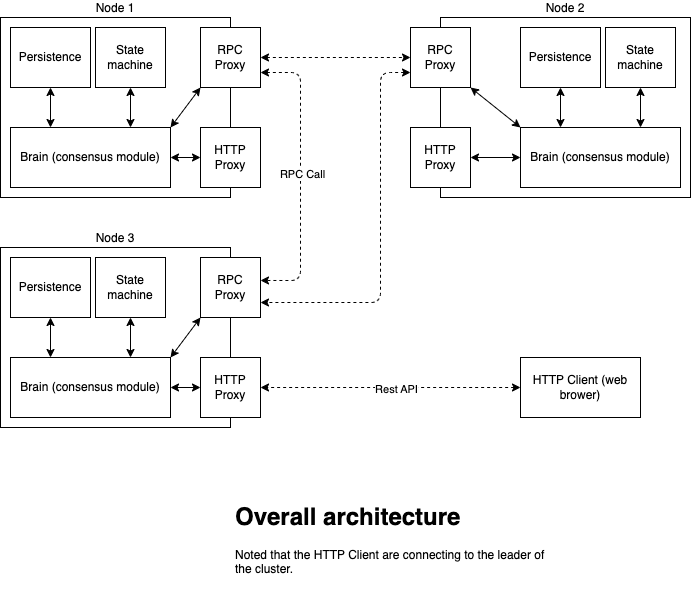
Earlier version of the draw.io export docs/diagram.drawio.png (khanh1998/raft-go). Source tidied: cells renumbered, new cells last; positions are measured from the earlier drawing's top-left corner, leaving out a move shared by most shapes.
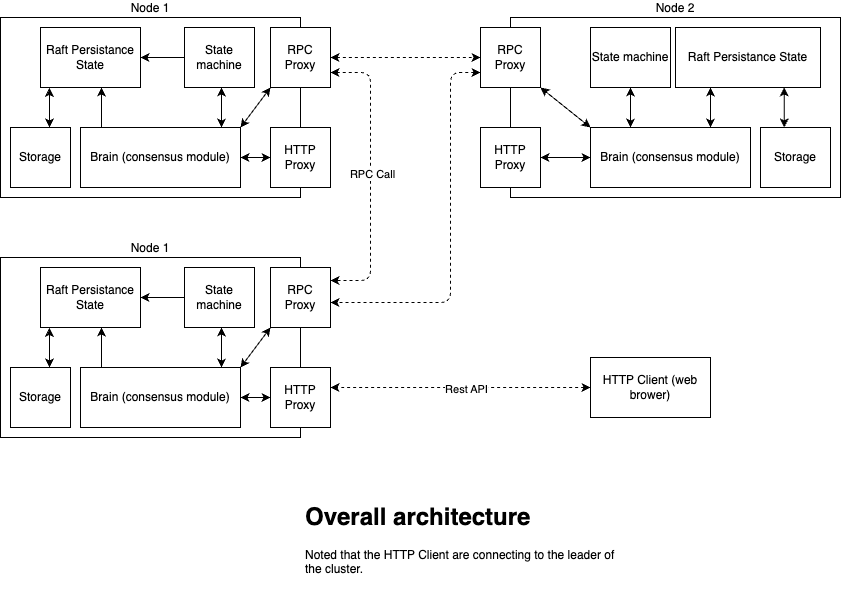
After the commit.

Change to the diagram source:
```diff
@@ -2,8 +2,10 @@
   <root>
     <mxCell id="0" />
     <mxCell id="1" parent="0" />
-    <mxCell id="2" style="edgeStyle=none;html=1;exitX=0;exitY=0.5;exitDx=0;exitDy=0;entryX=1;entryY=0.5;entryDx=0;entryDy=0;dashed=1;strokeWidth=1;startArrow=classic;startFill=1;" parent="1" edge="1" source="4" target="12">
-      <mxGeometry relative="1" as="geometry" />
+    <mxCell id="2" style="edgeStyle=none;html=1;exitX=0;exitY=0.5;exitDx=0;exitDy=0;entryX=1;entryY=0.5;entryDx=0;entryDy=0;dashed=1;strokeWidth=1;startArrow=classic;startFill=1;" parent="1" edge="1" source="4">
+      <mxGeometry relative="1" as="geometry">
+        <mxPoint x="260" y="370" as="targetPoint" />
+      </mxGeometry>
     </mxCell>
     <mxCell id="3" value="Rest API" style="edgeLabel;html=1;align=center;verticalAlign=middle;" parent="2" vertex="1">
       <mxGeometry x="-0.04" y="1" relative="1" as="geometry" />
@@ -11,8 +13,9 @@
     <mxCell id="4" value="HTTP Client (web brower)" style="rounded=0;whiteSpace=wrap;html=1;" parent="1" vertex="1">
       <mxGeometry x="520" y="340" width="120" height="60" as="geometry" />
     </mxCell>
-    <mxCell id="5" style="edgeStyle=none;html=1;exitX=1;exitY=0.75;exitDx=0;exitDy=0;dashed=1;strokeWidth=1;startArrow=classic;startFill=1;entryX=1;entryY=0.383;entryDx=0;entryDy=0;entryPerimeter=0;" parent="1" edge="1" source="21" target="10">
+    <mxCell id="5" style="edgeStyle=none;html=1;exitX=1;exitY=0.75;exitDx=0;exitDy=0;dashed=1;strokeWidth=1;startArrow=classic;startFill=1;entryX=1;entryY=0.383;entryDx=0;entryDy=0;entryPerimeter=0;" parent="1" edge="1" source="21">
       <mxGeometry relative="1" as="geometry">
+        <mxPoint x="260" y="263" as="targetPoint" />
         <Array as="points">
           <mxPoint x="300" y="55" />
           <mxPoint x="300" y="263" />
@@ -22,115 +25,164 @@
     <mxCell id="6" value="RPC Call" style="edgeLabel;html=1;align=center;verticalAlign=middle;" parent="5" vertex="1">
       <mxGeometry x="-0.02" y="1" relative="1" as="geometry" />
     </mxCell>
-    <mxCell id="7" style="group;" parent="1" vertex="1">
-      <mxGeometry y="230" width="260" height="180" as="geometry" />
-    </mxCell>
-    <mxCell id="8" value="Node 3" style="rounded=0;whiteSpace=wrap;html=1;labelPosition=center;verticalLabelPosition=top;align=center;verticalAlign=bottom;" parent="7" vertex="1">
-      <mxGeometry width="230" height="180" as="geometry" />
-    </mxCell>
-    <mxCell id="9" value="Brain (consensus module)" style="rounded=0;whiteSpace=wrap;html=1;" parent="7" vertex="1">
-      <mxGeometry x="10" y="110" width="160" height="60" as="geometry" />
-    </mxCell>
-    <mxCell id="10" value="RPC Proxy" style="rounded=0;whiteSpace=wrap;html=1;" parent="7" vertex="1">
-      <mxGeometry x="200" y="10" width="60" height="60" as="geometry" />
-    </mxCell>
-    <mxCell id="11" style="edgeStyle=none;html=1;exitX=1;exitY=0;exitDx=0;exitDy=0;entryX=0;entryY=1;entryDx=0;entryDy=0;strokeWidth=1;startArrow=classic;startFill=1;" parent="7" edge="1" source="9" target="10">
-      <mxGeometry relative="1" as="geometry" />
-    </mxCell>
-    <mxCell id="12" value="HTTP Proxy" style="rounded=0;whiteSpace=wrap;html=1;" parent="7" vertex="1">
-      <mxGeometry x="200" y="110" width="60" height="60" as="geometry" />
-    </mxCell>
-    <mxCell id="13" style="edgeStyle=none;html=1;exitX=1;exitY=0.5;exitDx=0;exitDy=0;entryX=0;entryY=0.5;entryDx=0;entryDy=0;strokeWidth=1;startArrow=classic;startFill=1;" parent="7" edge="1" source="9" target="12">
-      <mxGeometry relative="1" as="geometry" />
-    </mxCell>
-    <mxCell id="14" style="edgeStyle=none;html=1;exitX=0.5;exitY=1;exitDx=0;exitDy=0;entryX=0.75;entryY=0;entryDx=0;entryDy=0;strokeWidth=1;startArrow=classic;startFill=1;" parent="7" edge="1" source="15" target="9">
-      <mxGeometry relative="1" as="geometry" />
-    </mxCell>
-    <mxCell id="15" value="State machine" style="rounded=0;whiteSpace=wrap;html=1;" parent="7" vertex="1">
-      <mxGeometry x="95" y="10" width="70" height="60" as="geometry" />
-    </mxCell>
-    <mxCell id="16" value="Persistence" style="rounded=0;whiteSpace=wrap;html=1;" parent="7" vertex="1">
-      <mxGeometry x="10" y="10" width="80" height="60" as="geometry" />
-    </mxCell>
-    <mxCell id="17" style="edgeStyle=none;html=1;exitX=0.25;exitY=0;exitDx=0;exitDy=0;entryX=0.5;entryY=1;entryDx=0;entryDy=0;strokeWidth=1;startArrow=classic;startFill=1;" parent="7" edge="1" source="9" target="16">
-      <mxGeometry relative="1" as="geometry" />
-    </mxCell>
+    <mxCell id="20" style="edgeStyle=none;html=1;exitX=1;exitY=0.5;exitDx=0;exitDy=0;strokeWidth=1;startArrow=classic;startFill=1;dashed=1;" parent="1" edge="1" source="21" target="31">
+      <mxGeometry relative="1" as="geometry" />
+    </mxCell>
+    <mxCell id="40" style="edgeStyle=none;html=1;exitX=0;exitY=0.75;exitDx=0;exitDy=0;entryX=1;entryY=0.75;entryDx=0;entryDy=0;dashed=1;strokeWidth=1;startArrow=classic;startFill=1;" parent="1" edge="1" source="31">
+      <mxGeometry relative="1" as="geometry">
+        <mxPoint x="260" y="285" as="targetPoint" />
+        <Array as="points">
+          <mxPoint x="380" y="55" />
+          <mxPoint x="380" y="285" />
+        </Array>
+      </mxGeometry>
+    </mxCell>
+    <mxCell id="41" value="&lt;h1&gt;Overall architecture&lt;/h1&gt;&lt;p&gt;Noted that the HTTP Client are connecting to the leader of the cluster.&lt;/p&gt;" style="text;html=1;strokeColor=none;fillColor=none;spacing=5;spacingTop=-20;whiteSpace=wrap;overflow=hidden;rounded=0;" parent="1" vertex="1">
+      <mxGeometry x="230" y="480" width="320" height="100" as="geometry" />
+    </mxCell>
+    <mxCell id="42" style="group;" parent="1" vertex="1">
+      <mxGeometry x="-70" width="330" height="180" as="geometry" />
+    </mxCell>
+    <mxCell id="43" style="group;" parent="42" vertex="1">
+      <mxGeometry width="330" height="180" as="geometry" />
+    </mxCell>
-    <mxCell id="18" value="Node 1" style="rounded=0;whiteSpace=wrap;html=1;labelPosition=center;verticalLabelPosition=top;align=center;verticalAlign=bottom;" parent="1" vertex="1">
-      <mxGeometry width="230" height="180" as="geometry" />
+    <mxCell id="18" value="Node 1" style="rounded=0;whiteSpace=wrap;html=1;labelPosition=center;verticalLabelPosition=top;align=center;verticalAlign=bottom;" parent="43" vertex="1">
+      <mxGeometry width="300" height="180" as="geometry" />
     </mxCell>
-    <mxCell id="19" value="Brain (consensus module)" style="rounded=0;whiteSpace=wrap;html=1;" parent="1" vertex="1">
-      <mxGeometry x="10" y="110" width="160" height="60" as="geometry" />
+    <mxCell id="19" value="Brain (consensus module)" style="rounded=0;whiteSpace=wrap;html=1;" parent="43" vertex="1">
+      <mxGeometry x="80" y="110" width="160" height="60" as="geometry" />
     </mxCell>
-    <mxCell id="20" style="edgeStyle=none;html=1;exitX=1;exitY=0.5;exitDx=0;exitDy=0;strokeWidth=1;startArrow=classic;startFill=1;dashed=1;" parent="1" edge="1" source="21" target="31">
-      <mxGeometry relative="1" as="geometry" />
-    </mxCell>
-    <mxCell id="21" value="RPC Proxy" style="rounded=0;whiteSpace=wrap;html=1;" parent="1" vertex="1">
-      <mxGeometry x="200" y="10" width="60" height="60" as="geometry" />
+    <mxCell id="21" value="RPC Proxy" style="rounded=0;whiteSpace=wrap;html=1;" parent="43" vertex="1">
+      <mxGeometry x="270" y="10" width="60" height="60" as="geometry" />
     </mxCell>
-    <mxCell id="22" style="edgeStyle=none;html=1;exitX=1;exitY=0;exitDx=0;exitDy=0;entryX=0;entryY=1;entryDx=0;entryDy=0;strokeWidth=1;startArrow=classic;startFill=1;" parent="1" edge="1" source="19" target="21">
+    <mxCell id="22" style="edgeStyle=none;html=1;exitX=1;exitY=0;exitDx=0;exitDy=0;entryX=0;entryY=1;entryDx=0;entryDy=0;strokeWidth=1;startArrow=classic;startFill=1;" parent="43" edge="1" source="19" target="21">
       <mxGeometry relative="1" as="geometry" />
     </mxCell>
-    <mxCell id="23" value="HTTP Proxy" style="rounded=0;whiteSpace=wrap;html=1;" parent="1" vertex="1">
-      <mxGeometry x="200" y="110" width="60" height="60" as="geometry" />
+    <mxCell id="23" value="HTTP Proxy" style="rounded=0;whiteSpace=wrap;html=1;" parent="43" vertex="1">
+      <mxGeometry x="270" y="110" width="60" height="60" as="geometry" />
     </mxCell>
-    <mxCell id="24" style="edgeStyle=none;html=1;exitX=1;exitY=0.5;exitDx=0;exitDy=0;entryX=0;entryY=0.5;entryDx=0;entryDy=0;strokeWidth=1;startArrow=classic;startFill=1;" parent="1" edge="1" source="19" target="23">
+    <mxCell id="24" style="edgeStyle=none;html=1;exitX=1;exitY=0.5;exitDx=0;exitDy=0;entryX=0;entryY=0.5;entryDx=0;entryDy=0;strokeWidth=1;startArrow=classic;startFill=1;" parent="43" edge="1" source="19" target="23">
       <mxGeometry relative="1" as="geometry" />
     </mxCell>
-    <mxCell id="25" style="edgeStyle=none;html=1;exitX=0.5;exitY=1;exitDx=0;exitDy=0;entryX=0.75;entryY=0;entryDx=0;entryDy=0;strokeWidth=1;startArrow=classic;startFill=1;" parent="1" edge="1" source="26" target="19">
-      <mxGeometry relative="1" as="geometry" />
+    <mxCell id="25" style="edgeStyle=none;html=1;exitX=0.5;exitY=1;exitDx=0;exitDy=0;entryX=0.75;entryY=0;entryDx=0;entryDy=0;strokeWidth=1;startArrow=classic;startFill=1;" parent="43" edge="1">
+      <mxGeometry relative="1" as="geometry">
+        <mxPoint x="221" y="70" as="sourcePoint" />
+        <mxPoint x="221" y="110" as="targetPoint" />
+      </mxGeometry>
     </mxCell>
-    <mxCell id="26" value="State machine" style="rounded=0;whiteSpace=wrap;html=1;" parent="1" vertex="1">
-      <mxGeometry x="95" y="10" width="70" height="60" as="geometry" />
+    <mxCell id="26" value="State machine" style="rounded=0;whiteSpace=wrap;html=1;" parent="43" vertex="1">
+      <mxGeometry x="184" y="10" width="70" height="60" as="geometry" />
     </mxCell>
+    <mxCell id="44" style="edgeStyle=none;html=1;exitX=0.089;exitY=1.008;exitDx=0;exitDy=0;startArrow=classic;startFill=1;endArrow=classic;endFill=1;exitPerimeter=0;" parent="43" edge="1" source="27">
+      <mxGeometry relative="1" as="geometry">
+        <mxPoint x="49" y="110" as="targetPoint" />
+      </mxGeometry>
+    </mxCell>
-    <mxCell id="27" value="Persistence" style="rounded=0;whiteSpace=wrap;html=1;" parent="1" vertex="1">
-      <mxGeometry x="10" y="10" width="80" height="60" as="geometry" />
+    <mxCell id="27" value="Raft Persistance State" style="rounded=0;whiteSpace=wrap;html=1;" parent="43" vertex="1">
+      <mxGeometry x="40" y="10" width="100" height="60" as="geometry" />
     </mxCell>
+    <mxCell id="45" style="edgeStyle=none;html=1;exitX=0;exitY=0.5;exitDx=0;exitDy=0;entryX=1;entryY=0.5;entryDx=0;entryDy=0;" parent="43" edge="1" source="26" target="27">
+      <mxGeometry relative="1" as="geometry" />
+    </mxCell>
-    <mxCell id="28" style="edgeStyle=none;html=1;exitX=0.25;exitY=0;exitDx=0;exitDy=0;entryX=0.5;entryY=1;entryDx=0;entryDy=0;strokeWidth=1;startArrow=classic;startFill=1;" parent="1" edge="1" source="19" target="27">
-      <mxGeometry relative="1" as="geometry" />
+    <mxCell id="28" style="edgeStyle=none;html=1;exitX=0.119;exitY=0;exitDx=0;exitDy=0;entryX=0.5;entryY=1;entryDx=0;entryDy=0;strokeWidth=1;startArrow=none;startFill=0;exitPerimeter=0;endArrow=classic;endFill=1;" parent="43" edge="1">
+      <mxGeometry relative="1" as="geometry">
+        <mxPoint x="101" y="110" as="sourcePoint" />
+        <mxPoint x="101" y="70" as="targetPoint" />
+      </mxGeometry>
     </mxCell>
-    <mxCell id="29" style="group;" parent="1" vertex="1">
-      <mxGeometry x="410" width="280" height="180" as="geometry" />
-    </mxCell>
+    <mxCell id="46" value="Storage" style="rounded=0;whiteSpace=wrap;html=1;" parent="43" vertex="1">
+      <mxGeometry x="10" y="110" width="60" height="60" as="geometry" />
+    </mxCell>
+    <mxCell id="47" style="group;" parent="1" vertex="1">
+      <mxGeometry x="-70" y="240" width="330" height="180" as="geometry" />
+    </mxCell>
+    <mxCell id="48" style="group;" parent="47" vertex="1">
+      <mxGeometry width="330" height="180" as="geometry" />
+    </mxCell>
+    <mxCell id="49" value="Node 1" style="rounded=0;whiteSpace=wrap;html=1;labelPosition=center;verticalLabelPosition=top;align=center;verticalAlign=bottom;" parent="48" vertex="1">
+      <mxGeometry width="300" height="180" as="geometry" />
+    </mxCell>
+    <mxCell id="9" value="Brain (consensus module)" style="rounded=0;whiteSpace=wrap;html=1;" parent="48" vertex="1">
+      <mxGeometry x="80" y="110" width="160" height="60" as="geometry" />
+    </mxCell>
+    <mxCell id="10" value="RPC Proxy" style="rounded=0;whiteSpace=wrap;html=1;" parent="48" vertex="1">
+      <mxGeometry x="270" y="10" width="60" height="60" as="geometry" />
+    </mxCell>
+    <mxCell id="11" style="edgeStyle=none;html=1;exitX=1;exitY=0;exitDx=0;exitDy=0;entryX=0;entryY=1;entryDx=0;entryDy=0;strokeWidth=1;startArrow=classic;startFill=1;" parent="48" edge="1" source="9" target="10">
+      <mxGeometry relative="1" as="geometry" />
+    </mxCell>
+    <mxCell id="12" value="HTTP Proxy" style="rounded=0;whiteSpace=wrap;html=1;" parent="48" vertex="1">
+      <mxGeometry x="270" y="110" width="60" height="60" as="geometry" />
+    </mxCell>
+    <mxCell id="13" style="edgeStyle=none;html=1;exitX=1;exitY=0.5;exitDx=0;exitDy=0;entryX=0;entryY=0.5;entryDx=0;entryDy=0;strokeWidth=1;startArrow=classic;startFill=1;" parent="48" edge="1" source="9" target="12">
+      <mxGeometry relative="1" as="geometry" />
+    </mxCell>
+    <mxCell id="50" style="edgeStyle=none;html=1;exitX=0.5;exitY=1;exitDx=0;exitDy=0;entryX=0.75;entryY=0;entryDx=0;entryDy=0;strokeWidth=1;startArrow=classic;startFill=1;" parent="48" edge="1">
+      <mxGeometry relative="1" as="geometry">
+        <mxPoint x="221" y="70" as="sourcePoint" />
+        <mxPoint x="221" y="110" as="targetPoint" />
+      </mxGeometry>
+    </mxCell>
+    <mxCell id="15" value="State machine" style="rounded=0;whiteSpace=wrap;html=1;" parent="48" vertex="1">
+      <mxGeometry x="184" y="10" width="70" height="60" as="geometry" />
+    </mxCell>
+    <mxCell id="51" style="edgeStyle=none;html=1;exitX=0.089;exitY=1.008;exitDx=0;exitDy=0;startArrow=classic;startFill=1;endArrow=classic;endFill=1;exitPerimeter=0;" parent="48" edge="1" source="52">
+      <mxGeometry relative="1" as="geometry">
+        <mxPoint x="49" y="110" as="targetPoint" />
+      </mxGeometry>
+    </mxCell>
+    <mxCell id="52" value="Raft Persistance State" style="rounded=0;whiteSpace=wrap;html=1;" parent="48" vertex="1">
+      <mxGeometry x="40" y="10" width="100" height="60" as="geometry" />
+    </mxCell>
+    <mxCell id="53" style="edgeStyle=none;html=1;exitX=0;exitY=0.5;exitDx=0;exitDy=0;entryX=1;entryY=0.5;entryDx=0;entryDy=0;" parent="48" edge="1" source="15" target="52">
+      <mxGeometry relative="1" as="geometry" />
+    </mxCell>
+    <mxCell id="54" style="edgeStyle=none;html=1;exitX=0.119;exitY=0;exitDx=0;exitDy=0;entryX=0.5;entryY=1;entryDx=0;entryDy=0;strokeWidth=1;startArrow=none;startFill=0;exitPerimeter=0;endArrow=classic;endFill=1;" parent="48" edge="1">
+      <mxGeometry relative="1" as="geometry">
+        <mxPoint x="101" y="110" as="sourcePoint" />
+        <mxPoint x="101" y="70" as="targetPoint" />
+      </mxGeometry>
+    </mxCell>
+    <mxCell id="55" value="Storage" style="rounded=0;whiteSpace=wrap;html=1;" parent="48" vertex="1">
+      <mxGeometry x="10" y="110" width="60" height="60" as="geometry" />
+    </mxCell>
-    <mxCell id="30" value="Node 2" style="rounded=0;whiteSpace=wrap;html=1;labelPosition=center;verticalLabelPosition=top;align=center;verticalAlign=bottom;" parent="29" vertex="1">
-      <mxGeometry x="30" width="250" height="180" as="geometry" />
+    <mxCell id="30" value="Node 2" style="rounded=0;whiteSpace=wrap;html=1;labelPosition=center;verticalLabelPosition=top;align=center;verticalAlign=bottom;" parent="1" vertex="1">
+      <mxGeometry x="440" width="330" height="180" as="geometry" />
     </mxCell>
-    <mxCell id="31" value="RPC Proxy" style="rounded=0;whiteSpace=wrap;html=1;" parent="29" vertex="1">
-      <mxGeometry y="10" width="60" height="60" as="geometry" />
+    <mxCell id="31" value="RPC Proxy" style="rounded=0;whiteSpace=wrap;html=1;" parent="1" vertex="1">
+      <mxGeometry x="410" y="10" width="60" height="60" as="geometry" />
     </mxCell>
-    <mxCell id="32" value="HTTP Proxy" style="rounded=0;whiteSpace=wrap;html=1;" parent="29" vertex="1">
-      <mxGeometry y="110" width="60" height="60" as="geometry" />
+    <mxCell id="32" value="HTTP Proxy" style="rounded=0;whiteSpace=wrap;html=1;" parent="1" vertex="1">
+      <mxGeometry x="410" y="110" width="60" height="60" as="geometry" />
     </mxCell>
-    <mxCell id="33" value="Persistence" style="rounded=0;whiteSpace=wrap;html=1;" parent="29" vertex="1">
-      <mxGeometry x="110" y="10" width="80" height="60" as="geometry" />
+    <mxCell id="33" value="State machine" style="rounded=0;whiteSpace=wrap;html=1;" parent="1" vertex="1">
+      <mxGeometry x="520" y="10" width="80" height="60" as="geometry" />
     </mxCell>
+    <mxCell id="56" style="edgeStyle=none;html=1;exitX=0.75;exitY=1;exitDx=0;exitDy=0;entryX=0.339;entryY=0;entryDx=0;entryDy=0;startArrow=classic;startFill=1;endArrow=classic;endFill=1;entryPerimeter=0;" parent="1" edge="1" source="34" target="57">
+      <mxGeometry relative="1" as="geometry" />
+    </mxCell>
-    <mxCell id="34" value="State machine" style="rounded=0;whiteSpace=wrap;html=1;" parent="29" vertex="1">
-      <mxGeometry x="195" y="10" width="70" height="60" as="geometry" />
+    <mxCell id="34" value="Raft Persistance State" style="rounded=0;whiteSpace=wrap;html=1;" parent="1" vertex="1">
+      <mxGeometry x="605" y="10" width="145" height="60" as="geometry" />
     </mxCell>
-    <mxCell id="35" style="edgeStyle=none;html=1;exitX=0.5;exitY=1;exitDx=0;exitDy=0;entryX=0.75;entryY=0;entryDx=0;entryDy=0;strokeWidth=1;startArrow=classic;startFill=1;" parent="29" edge="1" source="34" target="37">
-      <mxGeometry relative="1" as="geometry" />
+    <mxCell id="35" style="edgeStyle=none;html=1;entryX=0.75;entryY=0;entryDx=0;entryDy=0;strokeWidth=1;startArrow=classic;startFill=1;" parent="1" edge="1" target="37">
+      <mxGeometry relative="1" as="geometry">
+        <mxPoint x="640" y="70" as="sourcePoint" />
+      </mxGeometry>
     </mxCell>
-    <mxCell id="36" style="edgeStyle=none;html=1;exitX=0.25;exitY=0;exitDx=0;exitDy=0;entryX=0.5;entryY=1;entryDx=0;entryDy=0;strokeWidth=1;startArrow=classic;startFill=1;" parent="29" edge="1" source="37" target="33">
+    <mxCell id="36" style="edgeStyle=none;html=1;exitX=0.25;exitY=0;exitDx=0;exitDy=0;entryX=0.5;entryY=1;entryDx=0;entryDy=0;strokeWidth=1;startArrow=classic;startFill=1;" parent="1" edge="1" source="37" target="33">
       <mxGeometry relative="1" as="geometry" />
     </mxCell>
-    <mxCell id="37" value="Brain (consensus module)" style="rounded=0;whiteSpace=wrap;html=1;" parent="29" vertex="1">
-      <mxGeometry x="110" y="110" width="160" height="60" as="geometry" />
+    <mxCell id="37" value="Brain (consensus module)" style="rounded=0;whiteSpace=wrap;html=1;" parent="1" vertex="1">
+      <mxGeometry x="520" y="110" width="160" height="60" as="geometry" />
     </mxCell>
-    <mxCell id="38" style="edgeStyle=none;html=1;exitX=1;exitY=1;exitDx=0;exitDy=0;entryX=0;entryY=0;entryDx=0;entryDy=0;strokeWidth=1;startArrow=classic;startFill=1;" parent="29" edge="1" source="31" target="37">
+    <mxCell id="38" style="edgeStyle=none;html=1;exitX=1;exitY=1;exitDx=0;exitDy=0;entryX=0;entryY=0;entryDx=0;entryDy=0;strokeWidth=1;startArrow=classic;startFill=1;" parent="1" edge="1" source="31" target="37">
       <mxGeometry relative="1" as="geometry" />
     </mxCell>
-    <mxCell id="39" style="edgeStyle=none;html=1;exitX=1;exitY=0.5;exitDx=0;exitDy=0;entryX=0;entryY=0.5;entryDx=0;entryDy=0;strokeWidth=1;startArrow=classic;startFill=1;" parent="29" edge="1" source="32" target="37">
+    <mxCell id="39" style="edgeStyle=none;html=1;exitX=1;exitY=0.5;exitDx=0;exitDy=0;entryX=0;entryY=0.5;entryDx=0;entryDy=0;strokeWidth=1;startArrow=classic;startFill=1;" parent="1" edge="1" source="32" target="37">
       <mxGeometry relative="1" as="geometry" />
     </mxCell>
-    <mxCell id="40" style="edgeStyle=none;html=1;exitX=0;exitY=0.75;exitDx=0;exitDy=0;entryX=1;entryY=0.75;entryDx=0;entryDy=0;dashed=1;strokeWidth=1;startArrow=classic;startFill=1;" parent="1" edge="1" source="31" target="10">
-      <mxGeometry relative="1" as="geometry">
-        <Array as="points">
-          <mxPoint x="380" y="55" />
-          <mxPoint x="380" y="285" />
-        </Array>
-      </mxGeometry>
-    </mxCell>
-    <mxCell id="41" value="&lt;h1&gt;Overall architecture&lt;/h1&gt;&lt;p&gt;Noted that the HTTP Client are connecting to the leader of the cluster.&lt;/p&gt;" style="text;html=1;strokeColor=none;fillColor=none;spacing=5;spacingTop=-20;whiteSpace=wrap;overflow=hidden;rounded=0;" parent="1" vertex="1">
-      <mxGeometry x="230" y="480" width="320" height="100" as="geometry" />
-    </mxCell>
+    <mxCell id="57" value="Storage" style="rounded=0;whiteSpace=wrap;html=1;" parent="1" vertex="1">
+      <mxGeometry x="690" y="110" width="70" height="60" as="geometry" />
+    </mxCell>
   </root>
 </mxGraphModel>
```
